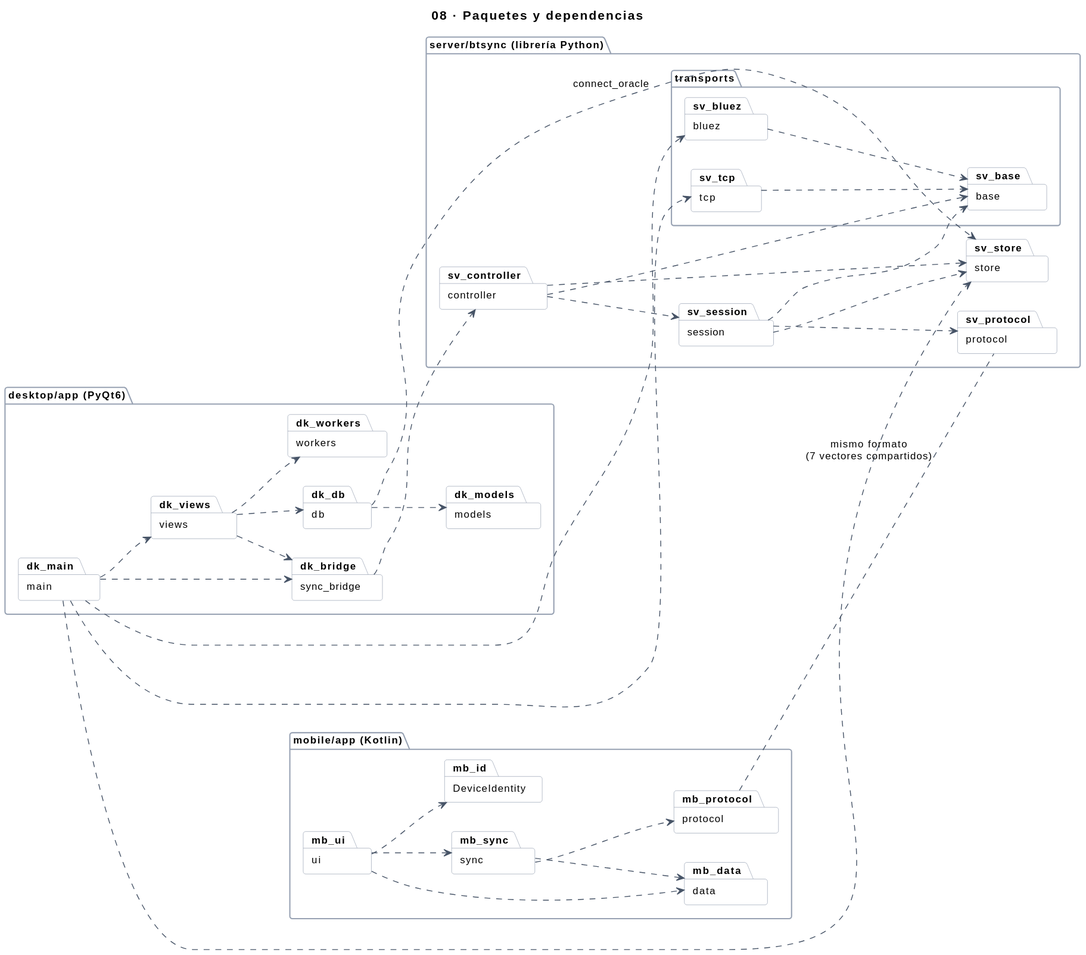
This is docs/img/uml/08-paquetes.svg from sebas-archive/kardex-bt, a PlantUML export, as it was before one commit. Source of this version:
```plantuml
@startuml
!include estilo.iuml
title 08 · Paquetes y dependencias
left to right direction

package "server/btsync (librería Python)" as sv {
  package "protocol" as sv_protocol
  package "store" as sv_store
  package "session" as sv_session
  package "controller" as sv_controller
  package "transports" as sv_transports {
    package "base" as sv_base
    package "tcp" as sv_tcp
    package "bluez" as sv_bluez
  }
}

package "desktop/app (PyQt6)" as dk {
  package "main" as dk_main
  package "sync_bridge" as dk_bridge
  package "db" as dk_db
  package "models" as dk_models
  package "workers" as dk_workers
  package "views" as dk_views
}

package "mobile/app (Kotlin)" as mb {
  package "ui" as mb_ui
  package "sync" as mb_sync
  package "protocol" as mb_protocol
  package "data" as mb_data
  package "DeviceIdentity" as mb_id
}

sv_session ..> sv_protocol
sv_session ..> sv_store
sv_session ..> sv_base
sv_controller ..> sv_session
sv_controller ..> sv_store
sv_controller ..> sv_base
sv_tcp ..> sv_base
sv_bluez ..> sv_base

dk_main ..> dk_views
dk_main ..> dk_bridge
dk_main ..> sv_store
dk_main ..> sv_tcp
dk_main ..> sv_bluez
dk_bridge ..> sv_controller
dk_views ..> dk_db
dk_views ..> dk_workers
dk_views ..> dk_bridge
dk_db ..> dk_models
dk_db ..> sv_store : connect_oracle

mb_ui ..> mb_sync
mb_ui ..> mb_data
mb_ui ..> mb_id
mb_sync ..> mb_protocol
mb_sync ..> mb_data

mb_protocol .. sv_protocol : mismo formato\n(7 vectores compartidos)
@enduml
```
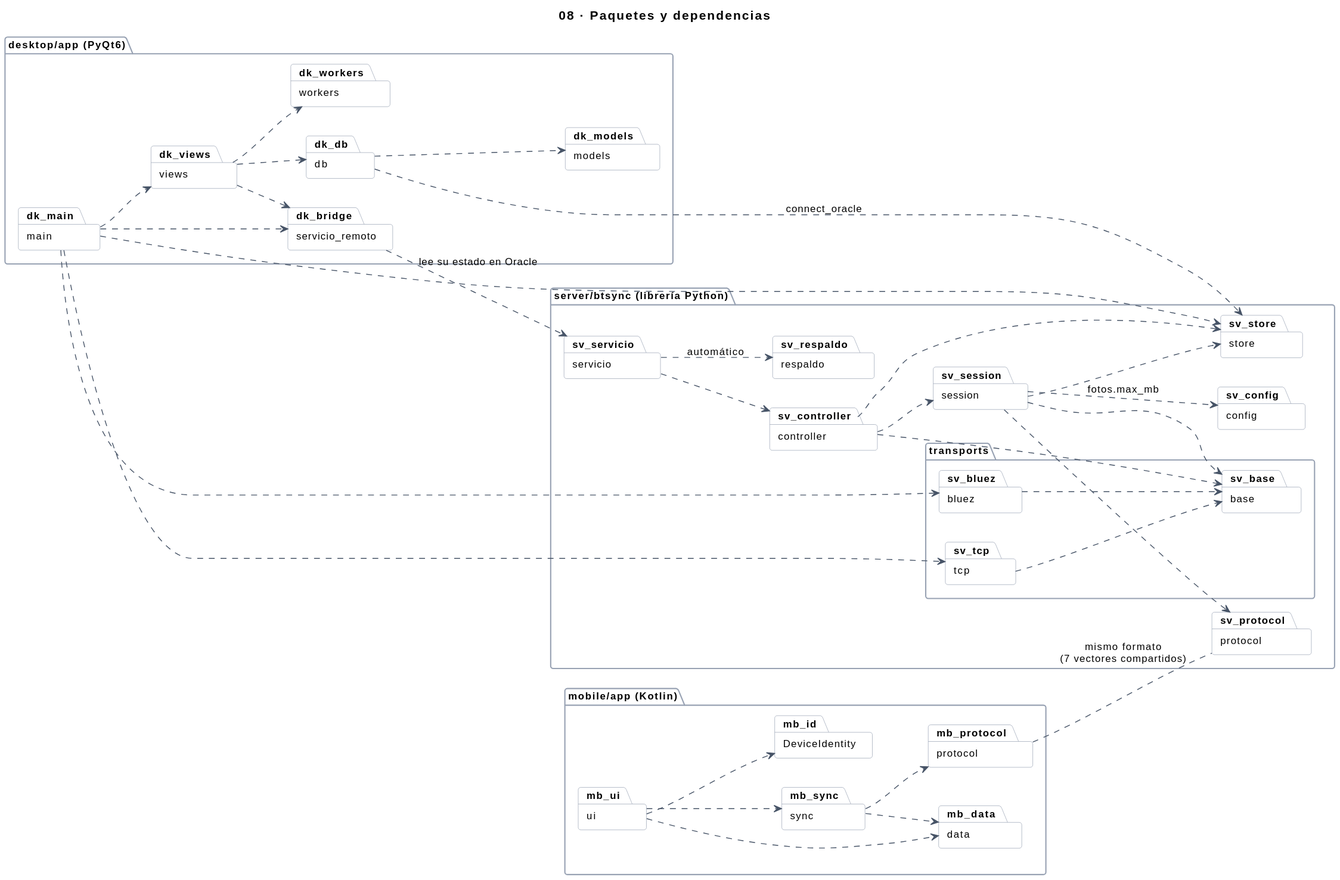
The same file after the commit.

Diff of the diagram source:
```diff
@@ -8,6 +8,9 @@
   package "store" as sv_store
   package "session" as sv_session
   package "controller" as sv_controller
+  package "servicio" as sv_servicio
+  package "respaldo" as sv_respaldo
+  package "config" as sv_config
   package "transports" as sv_transports {
     package "base" as sv_base
     package "tcp" as sv_tcp
@@ -17,7 +20,7 @@
 
 package "desktop/app (PyQt6)" as dk {
   package "main" as dk_main
-  package "sync_bridge" as dk_bridge
+  package "servicio_remoto" as dk_bridge
   package "db" as dk_db
   package "models" as dk_models
   package "workers" as dk_workers
@@ -46,7 +49,10 @@
 dk_main ..> sv_store
 dk_main ..> sv_tcp
 dk_main ..> sv_bluez
-dk_bridge ..> sv_controller
+dk_bridge ..> sv_servicio : lee su estado en Oracle
+sv_servicio ..> sv_controller
+sv_servicio ..> sv_respaldo : automático
+sv_session ..> sv_config : fotos.max_mb
 dk_views ..> dk_db
 dk_views ..> dk_workers
 dk_views ..> dk_bridge
```
